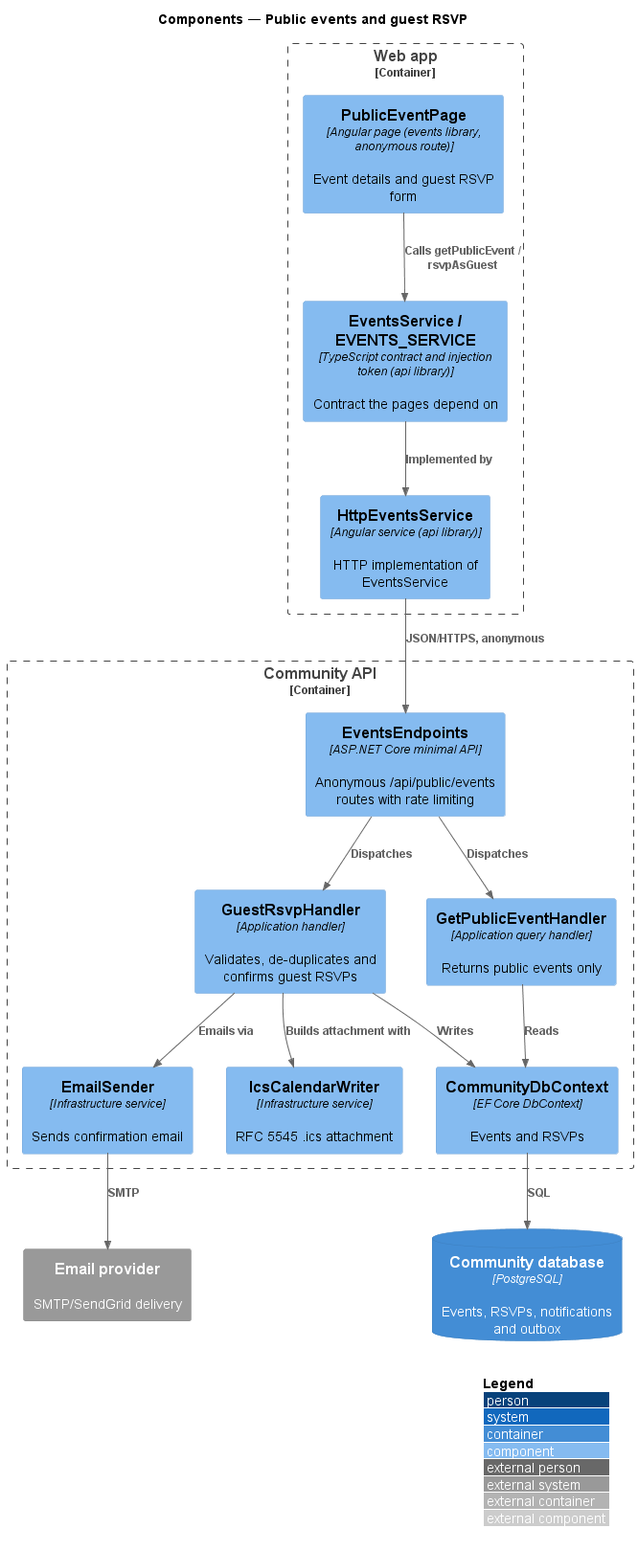
This is docs/detailed-designs/events/public-events-and-guest-rsvp/diagrams/c4-component.png from QuinntyneBrown/faithtech-community, a PlantUML export, as it was before one commit.
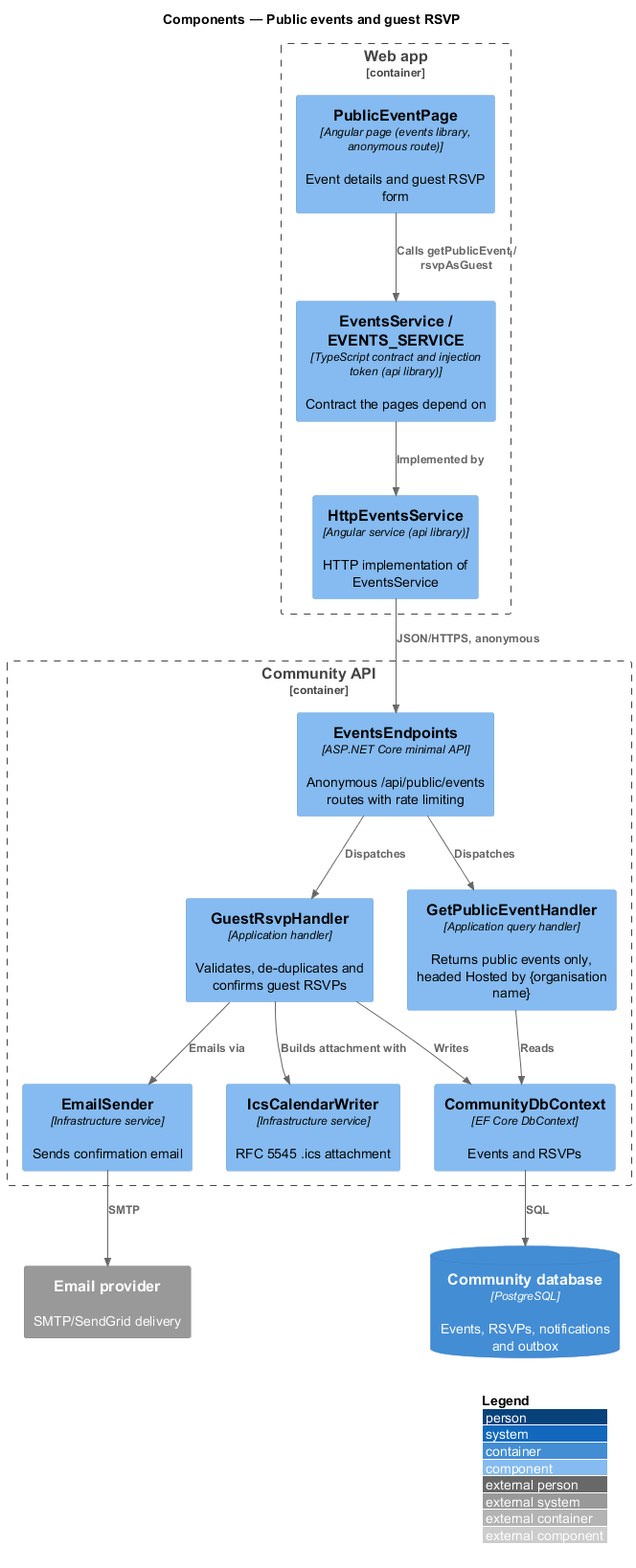
Above is the later version.

Change to the diagram source:
```diff
@@ -10,7 +10,7 @@
 }
 Container_Boundary(api, "Community API") {
   Component(ep, "EventsEndpoints", "ASP.NET Core minimal API", "Anonymous /api/public/events routes with rate limiting")
-  Component(get, "GetPublicEventHandler", "Application query handler", "Returns public events only")
+  Component(get, "GetPublicEventHandler", "Application query handler", "Returns public events only, headed Hosted by {organisation name}")
   Component(h, "GuestRsvpHandler", "Application handler", "Validates, de-duplicates and confirms guest RSVPs")
   Component(ics, "IcsCalendarWriter", "Infrastructure service", "RFC 5545 .ics attachment")
   Component(mail, "EmailSender", "Infrastructure service", "Sends confirmation email")
```
